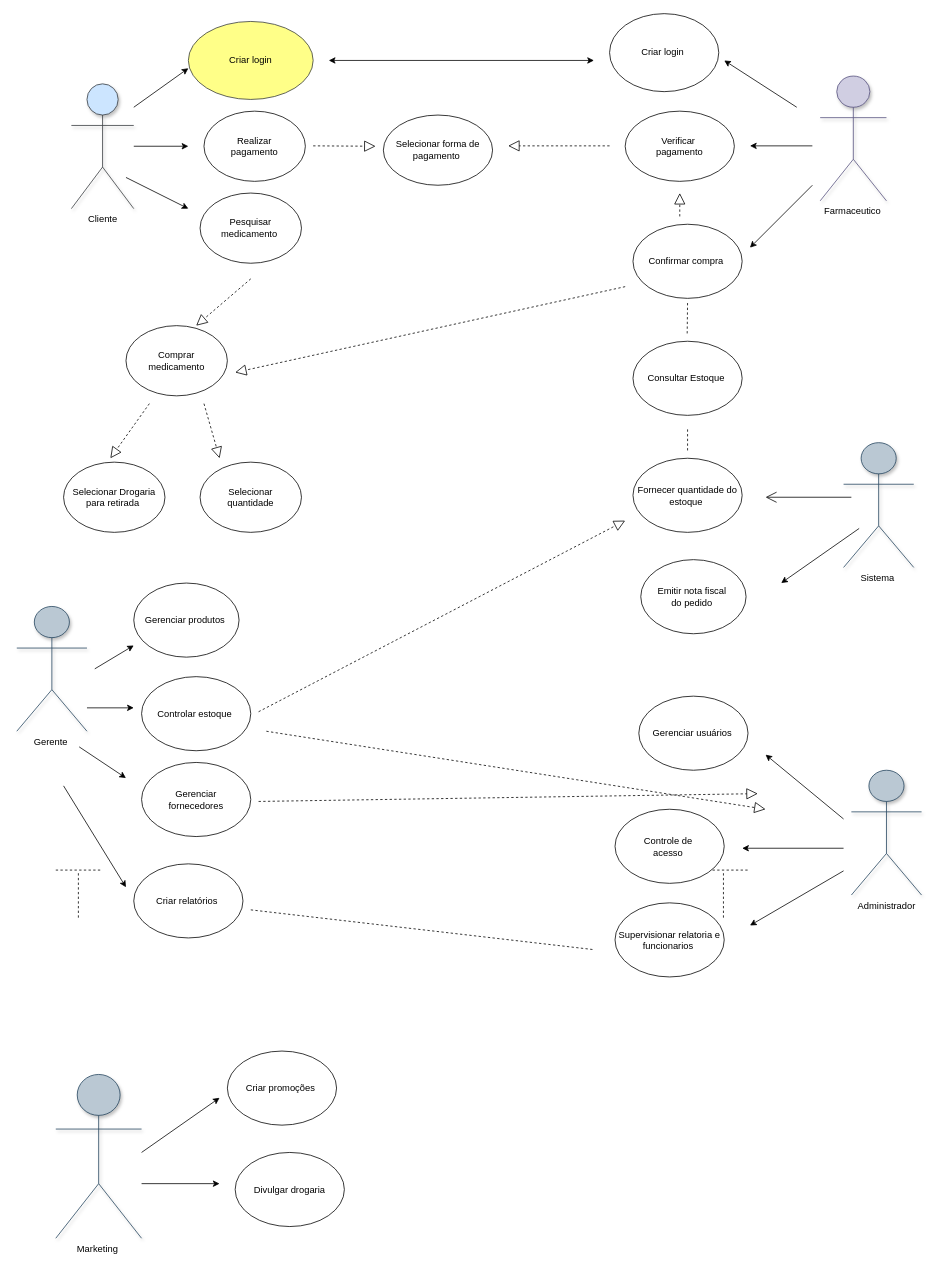
maysa158/diagramasderequisitos05 keeps this draw.io diagram as Diagrama sem nome.drawio. Above is the earlier version. Source tidied: cells renumbered, new cells numbered last; positions are measured from the earlier drawing's top-left corner, leaving out a move shared by most shapes. Both pictures are drawn from the tidied source at 78%, with x=0, y=0 at pixel (16, 13).
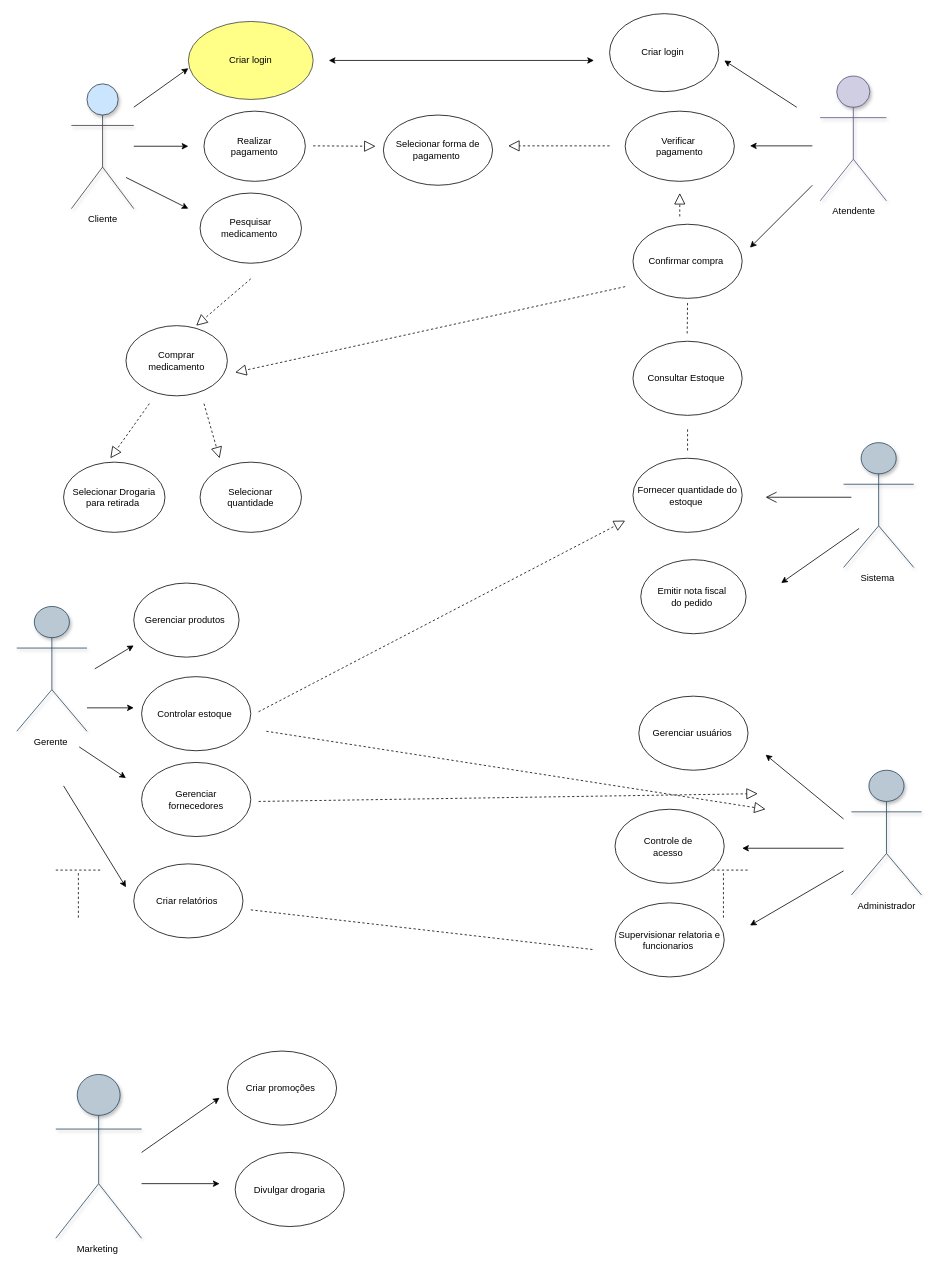
After the change.

Change to the diagram source:
```diff
@@
-    <mxCell id="10" value="Farmaceutico&amp;nbsp;" style="shape=umlActor;verticalLabelPosition=bottom;verticalAlign=top;html=1;fillColor=#d0cee2;strokeColor=#56517e;shadow=1;" parent="1" vertex="1">
+    <mxCell id="10" value="Atendente" style="shape=umlActor;verticalLabelPosition=bottom;verticalAlign=top;html=1;fillColor=#d0cee2;strokeColor=#56517e;shadow=1;" parent="1" vertex="1">
       <mxGeometry x="1030" y="80" width="85" height="160" as="geometry" />
     </mxCell>
```
